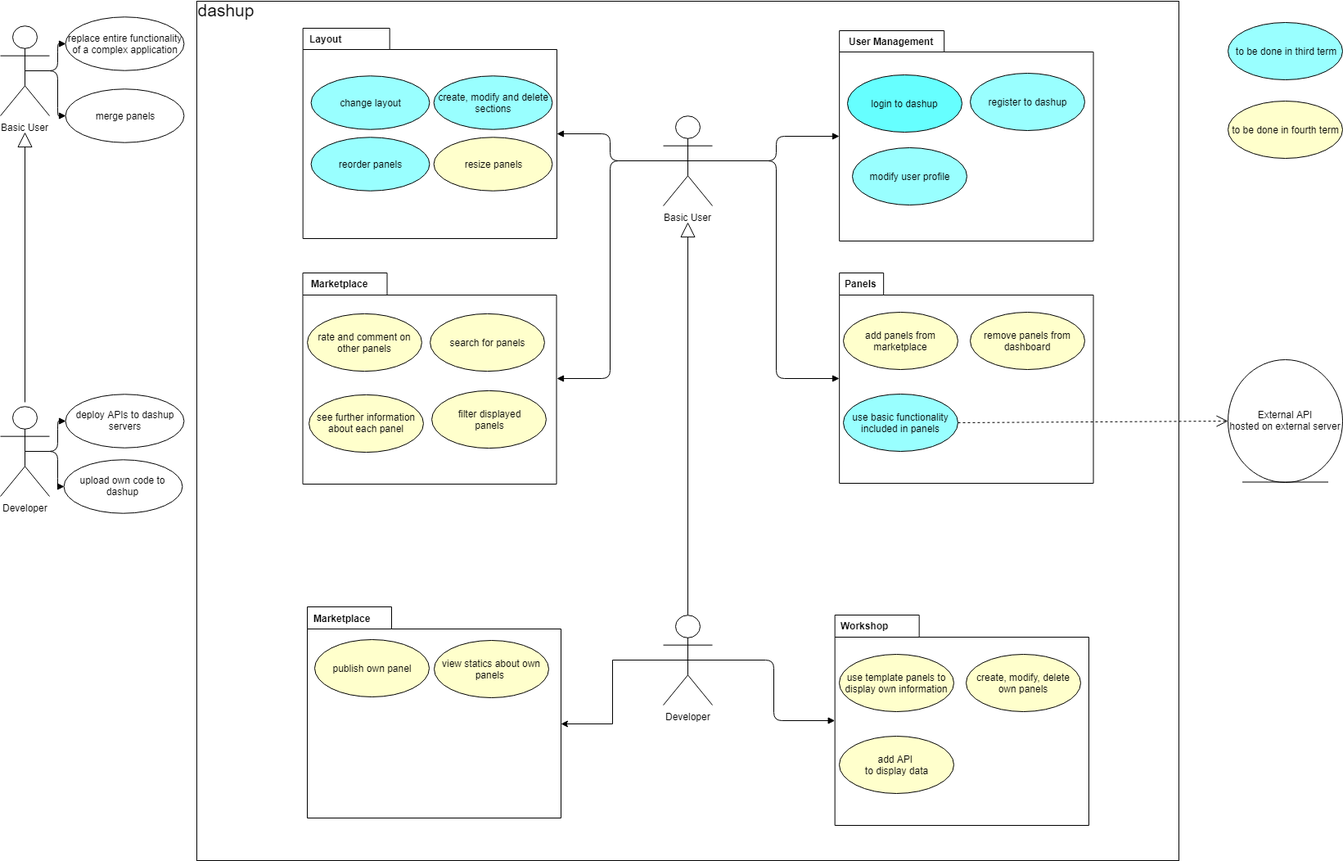
Earlier version of the draw.io export docs/specifications/srs/UCD.png (raphaelmue/dashup). Source tidied: cells renumbered, new cells last; positions are measured from the earlier drawing's top-left corner, leaving out a move shared by most shapes. Its diagram source:
```xml
<mxGraphModel background="#ffffff">
  <root>
    <mxCell id="0" />
    <mxCell id="1" parent="0" />
    <mxCell id="2" style="html=1;" parent="1" vertex="1">
      <mxGeometry x="240" width="1200" height="1050" as="geometry" />
    </mxCell>
    <mxCell id="3" style="shape=folder;fontStyle=1;spacingTop=10;tabWidth=103;tabHeight=27;tabPosition=left;html=1;" parent="1" vertex="1">
      <mxGeometry x="375" y="740" width="310" height="258" as="geometry" />
    </mxCell>
    <mxCell id="4" value="Basic User" style="shape=umlActor;verticalLabelPosition=bottom;labelBackgroundColor=#ffffff;verticalAlign=top;html=1;" parent="1" vertex="1">
      <mxGeometry y="30" width="60" height="110" as="geometry" />
    </mxCell>
    <mxCell id="5" value="Developer" style="shape=umlActor;verticalLabelPosition=bottom;labelBackgroundColor=#ffffff;verticalAlign=top;html=1;" parent="1" vertex="1">
      <mxGeometry y="495" width="60" height="110" as="geometry" />
    </mxCell>
    <mxCell id="6" value="Basic User" style="shape=umlActor;verticalLabelPosition=bottom;labelBackgroundColor=#ffffff;verticalAlign=top;html=1;" parent="1" vertex="1">
      <mxGeometry x="810" y="140" width="60" height="110" as="geometry" />
    </mxCell>
    <mxCell id="7" style="edgeStyle=orthogonalEdgeStyle;rounded=0;jettySize=auto;html=1;exitX=0.5;exitY=0.5;exitDx=0;exitDy=0;exitPerimeter=0;entryX=0;entryY=0;entryDx=309.99999999999994;entryDy=142.5;entryPerimeter=0;" parent="1" edge="1" source="8" target="3">
      <mxGeometry relative="1" as="geometry" />
    </mxCell>
    <mxCell id="8" value="Developer" style="shape=umlActor;verticalLabelPosition=bottom;labelBackgroundColor=#ffffff;verticalAlign=top;html=1;" parent="1" vertex="1">
      <mxGeometry x="810" y="750" width="60" height="110" as="geometry" />
    </mxCell>
    <mxCell id="9" style="group;" parent="1" vertex="1">
      <mxGeometry x="380" y="33" width="300" height="257" as="geometry" />
    </mxCell>
    <mxCell id="10" style="shape=folder;fontStyle=1;spacingTop=10;tabWidth=106;tabHeight=26;tabPosition=left;html=1;" parent="9" vertex="1">
      <mxGeometry x="-10.3" width="310.3" height="257" as="geometry" />
    </mxCell>
    <mxCell id="11" value="&lt;span style=&quot;color: rgb(0 , 0 , 0) ; font-family: &amp;#34;helvetica&amp;#34; ; font-size: 12px ; font-style: normal ; font-weight: 700 ; letter-spacing: normal ; text-align: center ; text-indent: 0px ; text-transform: none ; white-space: nowrap ; word-spacing: 0px ; display: inline ; float: none ; background-color: rgb(255 , 255 , 255)&quot;&gt;Layout&lt;/span&gt;" style="text;html=1;" parent="9" vertex="1">
      <mxGeometry x="-4" width="113.8" height="28" as="geometry" />
    </mxCell>
    <mxCell id="12" value="create, modify and delete sections" style="ellipse;whiteSpace=wrap;html=1;fillColor=#99FFFF;" parent="9" vertex="1">
      <mxGeometry x="150" y="58.4" width="144.8" height="65.4" as="geometry" />
    </mxCell>
    <mxCell id="13" value="change layout" style="ellipse;whiteSpace=wrap;html=1;fillColor=#99FFFF;" parent="9" vertex="1">
      <mxGeometry y="58.4" width="144.8" height="65.4" as="geometry" />
    </mxCell>
    <mxCell id="14" value="reorder panels" style="ellipse;whiteSpace=wrap;html=1;fillColor=#99FFFF;" parent="9" vertex="1">
      <mxGeometry y="133.2" width="144.8" height="65.4" as="geometry" />
    </mxCell>
    <mxCell id="15" value="resize panels" style="ellipse;whiteSpace=wrap;html=1;fillColor=#FFFFCC;" parent="9" vertex="1">
      <mxGeometry x="150" y="133.2" width="144.8" height="65.4" as="geometry" />
    </mxCell>
    <mxCell id="16" style="endArrow=block;endFill=1;html=1;edgeStyle=orthogonalEdgeStyle;align=left;verticalAlign=top;entryX=1;entryY=0.5;exitX=0.5;exitY=0.5;exitPerimeter=0;" parent="1" edge="1" source="6" target="10">
      <mxGeometry x="-1" relative="1" as="geometry" />
    </mxCell>
    <mxCell id="17" style="group;" parent="1" vertex="1">
      <mxGeometry x="965" y="36.5" width="300" height="257" as="geometry" />
    </mxCell>
    <mxCell id="18" style="shape=folder;fontStyle=1;spacingTop=10;tabWidth=128;tabHeight=26;tabPosition=left;html=1;" parent="17" vertex="1">
      <mxGeometry x="60.2" y="-0.5" width="310.3" height="257" as="geometry" />
    </mxCell>
    <mxCell id="19" value="&lt;span style=&quot;color: rgb(0 , 0 , 0) ; font-family: &amp;#34;helvetica&amp;#34; ; font-size: 12px ; font-style: normal ; font-weight: 700 ; letter-spacing: normal ; text-align: center ; text-indent: 0px ; text-transform: none ; white-space: nowrap ; word-spacing: 0px ; display: inline ; float: none ; background-color: rgb(255 , 255 , 255)&quot;&gt;User Management&lt;/span&gt;" style="text;html=1;" parent="17" vertex="1">
      <mxGeometry x="70" y="-0.5" width="113.8" height="28" as="geometry" />
    </mxCell>
    <mxCell id="20" value="register to dashup" style="ellipse;whiteSpace=wrap;html=1;fillColor=#99FFFF;" parent="17" vertex="1">
      <mxGeometry x="220" y="51.5" width="140" height="70" as="geometry" />
    </mxCell>
    <mxCell id="21" value="login to dashup" style="ellipse;whiteSpace=wrap;html=1;fillColor=#66FFFF;" parent="17" vertex="1">
      <mxGeometry x="70" y="53" width="140" height="70" as="geometry" />
    </mxCell>
    <mxCell id="22" value="modify user profile" style="ellipse;whiteSpace=wrap;html=1;fillColor=#99FFFF;" parent="17" vertex="1">
      <mxGeometry x="75.5" y="142.5" width="140" height="70" as="geometry" />
    </mxCell>
    <mxCell id="23" style="endArrow=block;endFill=1;html=1;edgeStyle=orthogonalEdgeStyle;align=left;verticalAlign=top;exitX=0.5;exitY=0.5;exitPerimeter=0;entryX=0;entryY=0.5;" parent="1" edge="1" source="6" target="18">
      <mxGeometry x="-1" relative="1" as="geometry" />
    </mxCell>
    <mxCell id="24" style="html=1;align=left;verticalAlign=bottom;labelBackgroundColor=#ffffff;fontSize=10;" parent="23" vertex="1">
      <mxGeometry x="-1" relative="1" as="geometry" />
    </mxCell>
    <mxCell id="25" value="replace entire functionality of a complex application" style="ellipse;whiteSpace=wrap;html=1;" parent="1" vertex="1">
      <mxGeometry x="80" y="19.4" width="144.8" height="65.4" as="geometry" />
    </mxCell>
    <mxCell id="26" style="endArrow=block;endFill=1;html=1;edgeStyle=orthogonalEdgeStyle;align=left;verticalAlign=top;exitX=0.5;exitY=0.5;exitPerimeter=0;entryX=0;entryY=0.5;" parent="1" edge="1" source="4" target="25">
      <mxGeometry x="-1" relative="1" as="geometry" />
    </mxCell>
    <mxCell id="27" style="html=1;align=left;verticalAlign=bottom;labelBackgroundColor=#ffffff;fontSize=10;" parent="26" vertex="1">
      <mxGeometry x="-1" relative="1" as="geometry" />
    </mxCell>
    <mxCell id="28" style="endArrow=block;endFill=1;html=1;edgeStyle=orthogonalEdgeStyle;align=left;verticalAlign=top;exitX=0.5;exitY=0.5;exitPerimeter=0;entryX=0;entryY=0.5;" parent="1" edge="1" source="6" target="32">
      <mxGeometry x="-1" relative="1" as="geometry" />
    </mxCell>
    <mxCell id="29" style="html=1;align=left;verticalAlign=bottom;labelBackgroundColor=#ffffff;fontSize=10;" parent="28" vertex="1">
      <mxGeometry x="-1" relative="1" as="geometry" />
    </mxCell>
    <mxCell id="30" style="endArrow=block;endSize=16;endFill=0;html=1;exitX=0.5;exitY=0;exitPerimeter=0;" parent="1" edge="1" source="8">
      <mxGeometry x="0.88" y="340" relative="1" as="geometry">
        <mxPoint x="840" y="270" as="targetPoint" />
      </mxGeometry>
    </mxCell>
    <mxCell id="31" style="group;" parent="1" vertex="1">
      <mxGeometry x="1025.2" y="332" width="310.3" height="257" as="geometry" />
    </mxCell>
    <mxCell id="32" style="shape=folder;fontStyle=1;spacingTop=10;tabWidth=54;tabHeight=27;tabPosition=left;html=1;" parent="31" vertex="1">
      <mxGeometry width="310.3" height="257" as="geometry" />
    </mxCell>
    <mxCell id="33" value="&lt;span style=&quot;color: rgb(0 , 0 , 0) ; font-family: &amp;#34;helvetica&amp;#34; ; font-size: 12px ; font-style: normal ; font-weight: 700 ; letter-spacing: normal ; text-align: center ; text-indent: 0px ; text-transform: none ; white-space: nowrap ; word-spacing: 0px ; display: inline ; float: none ; background-color: rgb(255 , 255 , 255)&quot;&gt;Panels&lt;/span&gt;" style="text;html=1;" parent="31" vertex="1">
      <mxGeometry x="4.8" width="60" height="30" as="geometry" />
    </mxCell>
    <mxCell id="34" value="add panels from marketplace" style="ellipse;whiteSpace=wrap;html=1;fillColor=#FFFFCC;" parent="31" vertex="1">
      <mxGeometry x="4.8" y="48" width="140" height="70" as="geometry" />
    </mxCell>
    <mxCell id="35" value="remove panels from dashboard" style="ellipse;whiteSpace=wrap;html=1;fillColor=#FFFFCC;" parent="31" vertex="1">
      <mxGeometry x="159.8" y="48" width="140" height="70" as="geometry" />
    </mxCell>
    <mxCell id="36" value="use basic functionality included in panels" style="ellipse;whiteSpace=wrap;html=1;fillColor=#99FFFF;" parent="31" vertex="1">
      <mxGeometry x="4.8" y="148" width="140" height="70" as="geometry" />
    </mxCell>
    <mxCell id="37" style="group;" parent="1" vertex="1">
      <mxGeometry x="1019.7" y="750" width="310.3" height="257" as="geometry" />
    </mxCell>
    <mxCell id="38" style="shape=folder;fontStyle=1;spacingTop=10;tabWidth=103;tabHeight=27;tabPosition=left;html=1;" parent="37" vertex="1">
      <mxGeometry width="310.3" height="257" as="geometry" />
    </mxCell>
    <mxCell id="39" value="&lt;div style=&quot;text-align: center&quot;&gt;&lt;span&gt;&lt;font face=&quot;helvetica&quot;&gt;&lt;b&gt;Workshop&lt;/b&gt;&lt;/font&gt;&lt;/span&gt;&lt;/div&gt;" style="text;html=1;" parent="37" vertex="1">
      <mxGeometry x="4.8" width="60" height="30" as="geometry" />
    </mxCell>
    <mxCell id="40" value="use template panels to display own information" style="ellipse;whiteSpace=wrap;html=1;fillColor=#FFFFCC;" parent="37" vertex="1">
      <mxGeometry x="4.8" y="48" width="140" height="70" as="geometry" />
    </mxCell>
    <mxCell id="41" value="create, modify, delete own panels" style="ellipse;whiteSpace=wrap;html=1;fillColor=#FFFFCC;" parent="37" vertex="1">
      <mxGeometry x="159.8" y="48" width="140" height="70" as="geometry" />
    </mxCell>
    <mxCell id="42" value="add API &lt;br&gt;to display data" style="ellipse;whiteSpace=wrap;html=1;fillColor=#FFFFCC;" parent="37" vertex="1">
      <mxGeometry x="4.8" y="148" width="140" height="70" as="geometry" />
    </mxCell>
    <mxCell id="43" style="endArrow=block;endFill=1;html=1;edgeStyle=orthogonalEdgeStyle;align=left;verticalAlign=top;exitX=0.5;exitY=0.5;exitPerimeter=0;" parent="1" edge="1" source="8" target="38">
      <mxGeometry x="-1" relative="1" as="geometry" />
    </mxCell>
    <mxCell id="44" style="html=1;align=left;verticalAlign=bottom;labelBackgroundColor=#ffffff;fontSize=10;" parent="43" vertex="1">
      <mxGeometry x="-1" relative="1" as="geometry" />
    </mxCell>
    <mxCell id="45" value="publish own panel&lt;br&gt;" style="ellipse;whiteSpace=wrap;html=1;fillColor=#FFFFCC;" parent="1" vertex="1">
      <mxGeometry x="383.5" y="780" width="140" height="70" as="geometry" />
    </mxCell>
    <mxCell id="46" value="&lt;font style=&quot;font-size: 21px&quot;&gt;dashup&lt;/font&gt;" style="text;html=1;strokeColor=none;fillColor=none;align=center;verticalAlign=middle;whiteSpace=wrap;rounded=0;" parent="1" vertex="1">
      <mxGeometry x="250" width="50" height="20" as="geometry" />
    </mxCell>
    <mxCell id="47" value="deploy APIs to dashup servers" style="ellipse;whiteSpace=wrap;html=1;" parent="1" vertex="1">
      <mxGeometry x="80" y="479.9" width="144.8" height="65.4" as="geometry" />
    </mxCell>
    <mxCell id="48" value="merge panels" style="ellipse;whiteSpace=wrap;html=1;" parent="1" vertex="1">
      <mxGeometry x="80" y="107.4" width="144.8" height="65.4" as="geometry" />
    </mxCell>
    <mxCell id="49" style="endArrow=block;endFill=1;html=1;edgeStyle=orthogonalEdgeStyle;align=left;verticalAlign=top;exitX=0.5;exitY=0.5;exitPerimeter=0;entryX=0;entryY=0.5;" parent="1" edge="1" source="4" target="48">
      <mxGeometry x="-1" relative="1" as="geometry" />
    </mxCell>
    <mxCell id="50" style="endArrow=block;endSize=16;endFill=0;html=1;" parent="1" edge="1">
      <mxGeometry relative="1" as="geometry">
        <mxPoint x="30" y="490" as="sourcePoint" />
        <mxPoint x="30" y="160" as="targetPoint" />
      </mxGeometry>
    </mxCell>
    <mxCell id="51" style="endArrow=block;endFill=1;html=1;edgeStyle=orthogonalEdgeStyle;align=left;verticalAlign=top;exitX=0.5;exitY=0.5;exitPerimeter=0;entryX=0;entryY=0.5;" parent="1" edge="1" source="5" target="47">
      <mxGeometry x="-1" relative="1" as="geometry">
        <Array as="points">
          <mxPoint x="70" y="550" />
          <mxPoint x="70" y="513" />
        </Array>
      </mxGeometry>
    </mxCell>
    <mxCell id="52" style="html=1;align=left;verticalAlign=bottom;labelBackgroundColor=#ffffff;fontSize=10;" parent="51" vertex="1">
      <mxGeometry x="-1" relative="1" as="geometry" />
    </mxCell>
    <mxCell id="53" style="group;" parent="1" vertex="1">
      <mxGeometry x="369.5" y="332" width="310" height="258" as="geometry" />
    </mxCell>
    <mxCell id="54" style="shape=folder;fontStyle=1;spacingTop=10;tabWidth=103;tabHeight=27;tabPosition=left;html=1;" parent="53" vertex="1">
      <mxGeometry width="310" height="258" as="geometry" />
    </mxCell>
    <mxCell id="55" value="&lt;span style=&quot;color: rgb(0 , 0 , 0) ; font-family: &amp;#34;helvetica&amp;#34; ; font-size: 12px ; font-style: normal ; font-weight: 700 ; letter-spacing: normal ; text-align: center ; text-indent: 0px ; text-transform: none ; white-space: nowrap ; word-spacing: 0px ; display: inline ; float: none ; background-color: rgb(255 , 255 , 255)&quot;&gt;Marketplace&lt;/span&gt;" style="text;html=1;" parent="53" vertex="1">
      <mxGeometry x="8.3" width="89.9" height="30.1" as="geometry" />
    </mxCell>
    <mxCell id="56" value="search for panels" style="ellipse;whiteSpace=wrap;html=1;fillColor=#FFFFCC;" parent="53" vertex="1">
      <mxGeometry x="155.2" y="50.2" width="139.8" height="70.3" as="geometry" />
    </mxCell>
    <mxCell id="57" value="rate and comment on other panels" style="ellipse;whiteSpace=wrap;html=1;fillColor=#FFFFCC;" parent="53" vertex="1">
      <mxGeometry x="5.3" y="50.2" width="139.8" height="70.3" as="geometry" />
    </mxCell>
    <mxCell id="58" value="filter displayed&lt;br&gt;panels&lt;br&gt;" style="ellipse;whiteSpace=wrap;html=1;fillColor=#FFFFCC;" parent="53" vertex="1">
      <mxGeometry x="157.7" y="144.1" width="139.8" height="70.3" as="geometry" />
    </mxCell>
    <mxCell id="59" value="see further information about each panel" style="ellipse;whiteSpace=wrap;html=1;fillColor=#FFFFCC;" parent="53" vertex="1">
      <mxGeometry x="7.8" y="148.6" width="139.8" height="70.3" as="geometry" />
    </mxCell>
    <mxCell id="60" value="view statics about own panels&amp;nbsp;" style="ellipse;whiteSpace=wrap;html=1;fillColor=#FFFFCC;" parent="1" vertex="1">
      <mxGeometry x="530" y="781" width="140" height="70" as="geometry" />
    </mxCell>
    <mxCell id="61" style="endArrow=block;endFill=1;html=1;edgeStyle=orthogonalEdgeStyle;align=left;verticalAlign=top;exitX=0.5;exitY=0.5;exitPerimeter=0;entryX=1;entryY=0.5;" parent="1" edge="1" source="6" target="54">
      <mxGeometry x="-1" relative="1" as="geometry" />
    </mxCell>
    <mxCell id="62" value="upload own code to dashup" style="ellipse;whiteSpace=wrap;html=1;" parent="1" vertex="1">
      <mxGeometry x="77.5" y="559.9" width="144.8" height="65.4" as="geometry" />
    </mxCell>
    <mxCell id="63" style="endArrow=block;endFill=1;html=1;edgeStyle=orthogonalEdgeStyle;align=left;verticalAlign=top;entryX=0;entryY=0.5;" parent="1" edge="1" target="62">
      <mxGeometry x="-1" relative="1" as="geometry">
        <mxPoint x="30" y="550" as="sourcePoint" />
        <Array as="points">
          <mxPoint x="70" y="550" />
          <mxPoint x="70" y="593" />
        </Array>
      </mxGeometry>
    </mxCell>
    <mxCell id="64" value="to be done in third term" style="ellipse;whiteSpace=wrap;html=1;fillColor=#99FFFF;" parent="1" vertex="1">
      <mxGeometry x="1500" y="26" width="140" height="70" as="geometry" />
    </mxCell>
    <mxCell id="65" value="to be done in fourth term" style="ellipse;whiteSpace=wrap;html=1;fillColor=#FFFFCC;" parent="1" vertex="1">
      <mxGeometry x="1500" y="122" width="140" height="70" as="geometry" />
    </mxCell>
    <mxCell id="66" value="External API&lt;br&gt;hosted on external server&lt;br&gt;" style="ellipse;shape=umlEntity;whiteSpace=wrap;html=1;" parent="1" vertex="1">
      <mxGeometry x="1500" y="437.5" width="140" height="150" as="geometry" />
    </mxCell>
    <mxCell id="67" style="endArrow=open;endSize=12;dashed=1;html=1;entryX=0;entryY=0.5;exitX=1;exitY=0.5;" parent="1" edge="1" source="36" target="66">
      <mxGeometry relative="1" as="geometry" />
    </mxCell>
    <mxCell id="68" style="group;" parent="1" vertex="1">
      <mxGeometry x="383.5" y="417" width="310" height="258" as="geometry" />
    </mxCell>
    <mxCell id="69" value="&lt;span style=&quot;color: rgb(0 , 0 , 0) ; font-family: &amp;#34;helvetica&amp;#34; ; font-size: 12px ; font-style: normal ; font-weight: 700 ; letter-spacing: normal ; text-align: center ; text-indent: 0px ; text-transform: none ; white-space: nowrap ; word-spacing: 0px ; display: inline ; float: none ; background-color: rgb(255 , 255 , 255)&quot;&gt;Marketplace&lt;/span&gt;" style="text;html=1;" parent="1" vertex="1">
      <mxGeometry x="380.8" y="741" width="89.9" height="30.1" as="geometry" />
    </mxCell>
  </root>
</mxGraphModel>
```
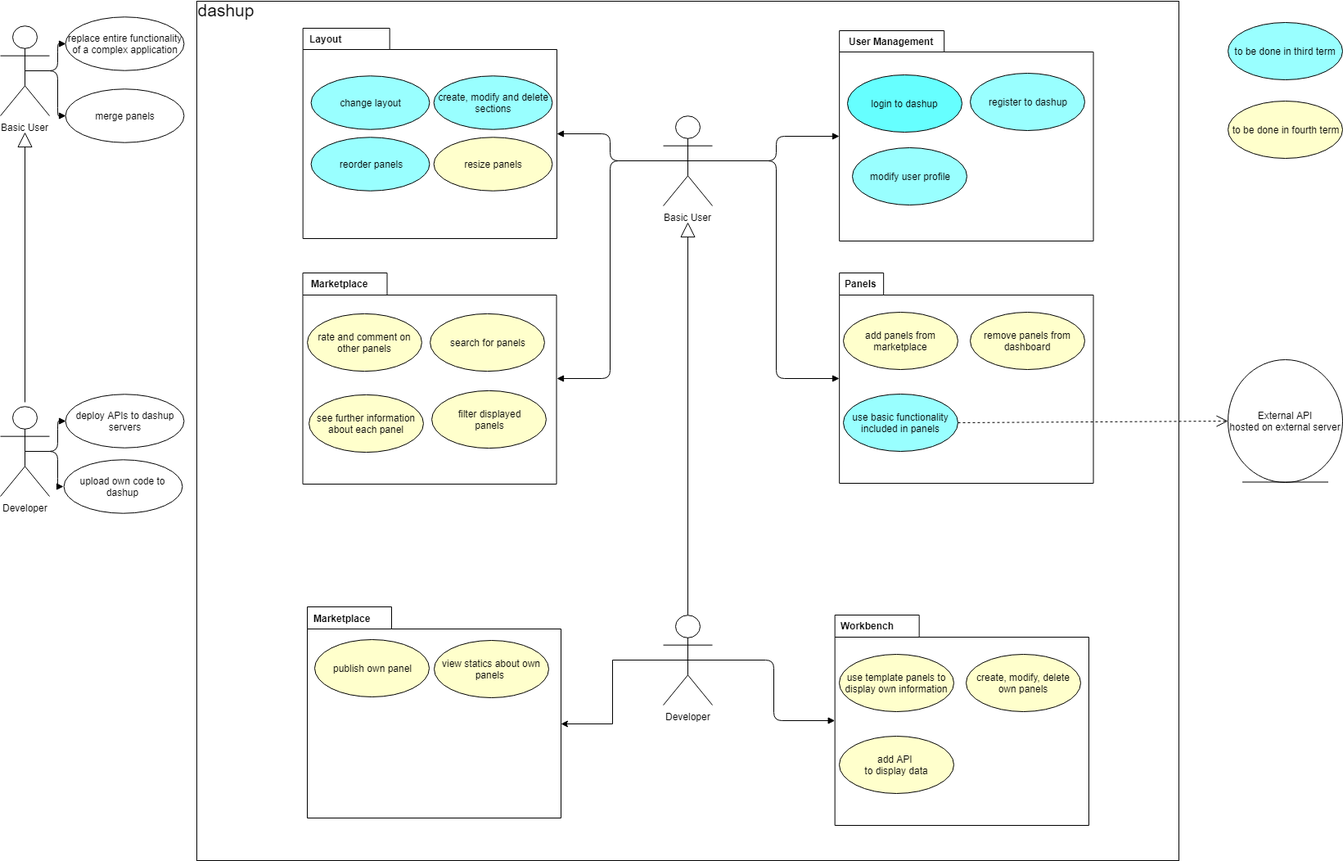
After the change.

The edit, as a diff of the source:
```diff
@@ -115,7 +115,7 @@
     <mxCell id="38" style="shape=folder;fontStyle=1;spacingTop=10;tabWidth=103;tabHeight=27;tabPosition=left;html=1;" parent="37" vertex="1">
       <mxGeometry width="310.3" height="257" as="geometry" />
     </mxCell>
-    <mxCell id="39" value="&lt;div style=&quot;text-align: center&quot;&gt;&lt;span&gt;&lt;font face=&quot;helvetica&quot;&gt;&lt;b&gt;Workshop&lt;/b&gt;&lt;/font&gt;&lt;/span&gt;&lt;/div&gt;" style="text;html=1;" parent="37" vertex="1">
+    <mxCell id="39" value="&lt;div style=&quot;text-align: center&quot;&gt;&lt;span&gt;&lt;font face=&quot;helvetica&quot;&gt;&lt;b&gt;Workbench&lt;/b&gt;&lt;/font&gt;&lt;/span&gt;&lt;/div&gt;" style="text;html=1;" parent="37" vertex="1">
       <mxGeometry x="4.8" width="60" height="30" as="geometry" />
     </mxCell>
     <mxCell id="40" value="use template panels to display own information" style="ellipse;whiteSpace=wrap;html=1;fillColor=#FFFFCC;" parent="37" vertex="1">
```
